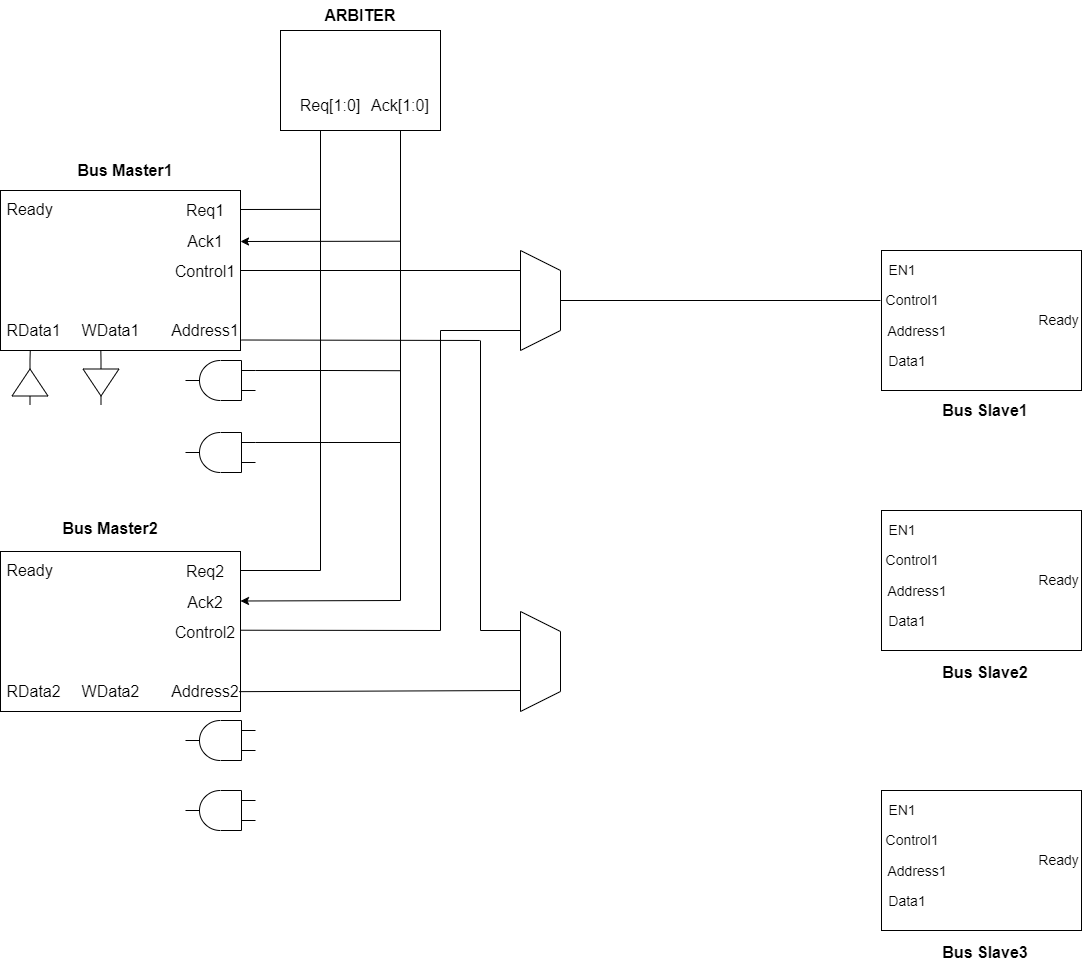
zgjsxx/static-img-repo keeps this draw.io diagram as blog/computer-base/Fundamentals-of-Computer-Architecture-and-Design/4/bidirectional-bus-structure-with-two-bus-masters-and-three-slaves.png. Above is the earlier version. Source tidied: cells renumbered, new cells last; positions are measured from the earlier drawing's top-left corner, leaving out a move shared by most shapes.
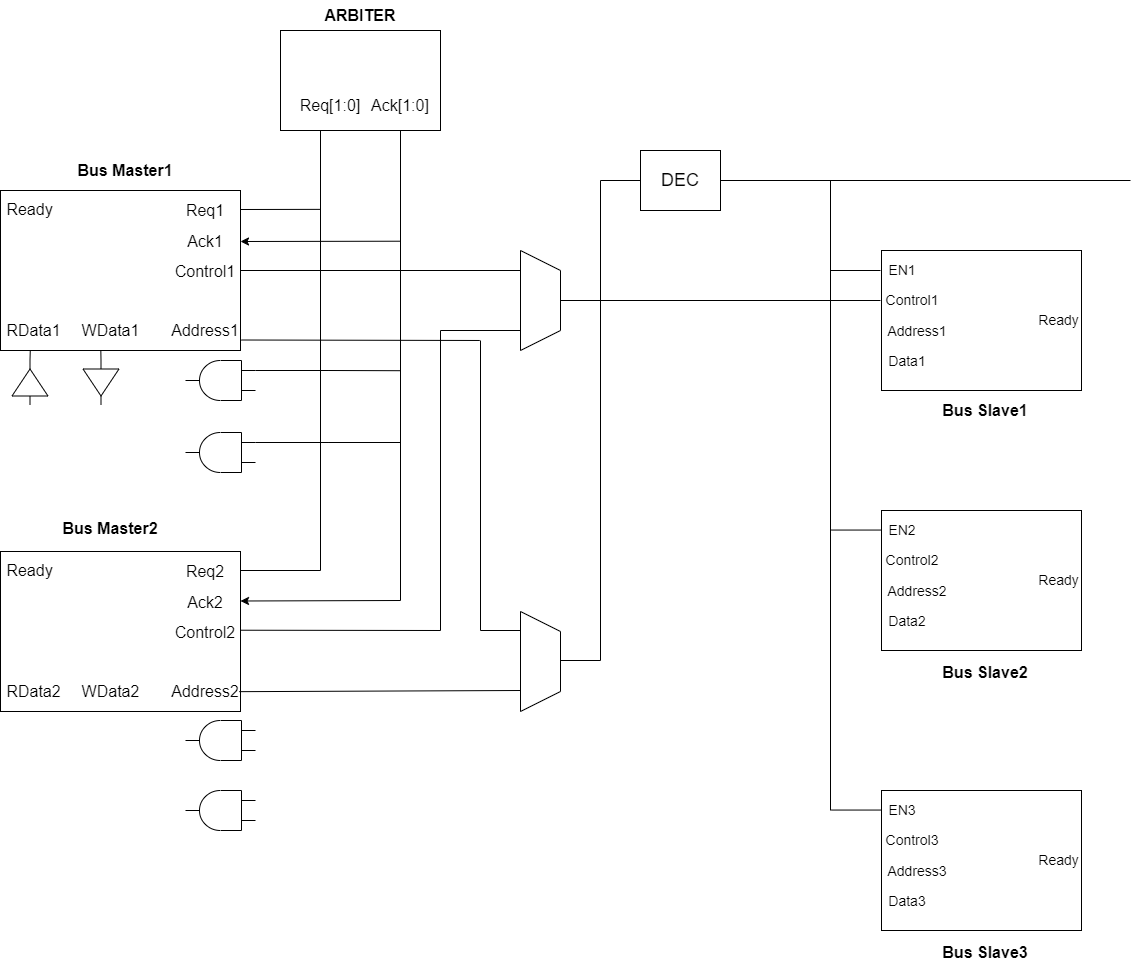
After the commit.

Diff of the diagram source:
```diff
@@ -266,16 +266,16 @@
     <mxCell id="66" style="rounded=0;whiteSpace=wrap;html=1;" parent="1" vertex="1">
       <mxGeometry x="881" y="510" width="200" height="140" as="geometry" />
     </mxCell>
-    <mxCell id="67" value="&lt;font style=&quot;font-size: 14px;&quot;&gt;EN1&lt;/font&gt;" style="text;strokeColor=none;align=center;fillColor=none;html=1;verticalAlign=middle;whiteSpace=wrap;rounded=0;" parent="1" vertex="1">
+    <mxCell id="67" value="&lt;font style=&quot;font-size: 14px;&quot;&gt;EN2&lt;/font&gt;" style="text;strokeColor=none;align=center;fillColor=none;html=1;verticalAlign=middle;whiteSpace=wrap;rounded=0;" parent="1" vertex="1">
       <mxGeometry x="887" y="520" width="30" height="20" as="geometry" />
     </mxCell>
-    <mxCell id="68" value="&lt;font style=&quot;font-size: 14px;&quot;&gt;Address1&lt;/font&gt;" style="text;strokeColor=none;align=center;fillColor=none;html=1;verticalAlign=middle;whiteSpace=wrap;rounded=0;" parent="1" vertex="1">
+    <mxCell id="68" value="&lt;font style=&quot;font-size: 14px;&quot;&gt;Address2&lt;/font&gt;" style="text;strokeColor=none;align=center;fillColor=none;html=1;verticalAlign=middle;whiteSpace=wrap;rounded=0;" parent="1" vertex="1">
       <mxGeometry x="887" y="576" width="60" height="30" as="geometry" />
     </mxCell>
-    <mxCell id="69" value="&lt;font style=&quot;font-size: 14px;&quot;&gt;Control1&lt;/font&gt;" style="text;strokeColor=none;align=center;fillColor=none;html=1;verticalAlign=middle;whiteSpace=wrap;rounded=0;" parent="1" vertex="1">
+    <mxCell id="69" value="&lt;font style=&quot;font-size: 14px;&quot;&gt;Control2&lt;/font&gt;" style="text;strokeColor=none;align=center;fillColor=none;html=1;verticalAlign=middle;whiteSpace=wrap;rounded=0;" parent="1" vertex="1">
       <mxGeometry x="891" y="545" width="42" height="30" as="geometry" />
     </mxCell>
-    <mxCell id="70" value="&lt;font style=&quot;font-size: 14px;&quot;&gt;Data1&lt;/font&gt;" style="text;strokeColor=none;align=center;fillColor=none;html=1;verticalAlign=middle;whiteSpace=wrap;rounded=0;" parent="1" vertex="1">
+    <mxCell id="70" value="&lt;font style=&quot;font-size: 14px;&quot;&gt;Data2&lt;/font&gt;" style="text;strokeColor=none;align=center;fillColor=none;html=1;verticalAlign=middle;whiteSpace=wrap;rounded=0;" parent="1" vertex="1">
       <mxGeometry x="889" y="606" width="36" height="30" as="geometry" />
     </mxCell>
     <mxCell id="71" value="&lt;font style=&quot;font-size: 14px;&quot;&gt;Ready&lt;/font&gt;" style="text;strokeColor=none;align=center;fillColor=none;html=1;verticalAlign=middle;whiteSpace=wrap;rounded=0;" parent="1" vertex="1">
@@ -287,16 +287,16 @@
     <mxCell id="73" style="rounded=0;whiteSpace=wrap;html=1;" parent="1" vertex="1">
       <mxGeometry x="881" y="790" width="200" height="140" as="geometry" />
     </mxCell>
-    <mxCell id="74" value="&lt;font style=&quot;font-size: 14px;&quot;&gt;EN1&lt;/font&gt;" style="text;strokeColor=none;align=center;fillColor=none;html=1;verticalAlign=middle;whiteSpace=wrap;rounded=0;" parent="1" vertex="1">
+    <mxCell id="74" value="&lt;font style=&quot;font-size: 14px;&quot;&gt;EN3&lt;/font&gt;" style="text;strokeColor=none;align=center;fillColor=none;html=1;verticalAlign=middle;whiteSpace=wrap;rounded=0;" parent="1" vertex="1">
       <mxGeometry x="887" y="800" width="30" height="20" as="geometry" />
     </mxCell>
-    <mxCell id="75" value="&lt;font style=&quot;font-size: 14px;&quot;&gt;Address1&lt;/font&gt;" style="text;strokeColor=none;align=center;fillColor=none;html=1;verticalAlign=middle;whiteSpace=wrap;rounded=0;" parent="1" vertex="1">
+    <mxCell id="75" value="&lt;font style=&quot;font-size: 14px;&quot;&gt;Address3&lt;/font&gt;" style="text;strokeColor=none;align=center;fillColor=none;html=1;verticalAlign=middle;whiteSpace=wrap;rounded=0;" parent="1" vertex="1">
       <mxGeometry x="887" y="856" width="60" height="30" as="geometry" />
     </mxCell>
-    <mxCell id="76" value="&lt;font style=&quot;font-size: 14px;&quot;&gt;Control1&lt;/font&gt;" style="text;strokeColor=none;align=center;fillColor=none;html=1;verticalAlign=middle;whiteSpace=wrap;rounded=0;" parent="1" vertex="1">
+    <mxCell id="76" value="&lt;font style=&quot;font-size: 14px;&quot;&gt;Control3&lt;/font&gt;" style="text;strokeColor=none;align=center;fillColor=none;html=1;verticalAlign=middle;whiteSpace=wrap;rounded=0;" parent="1" vertex="1">
       <mxGeometry x="891" y="825" width="42" height="30" as="geometry" />
     </mxCell>
-    <mxCell id="77" value="&lt;font style=&quot;font-size: 14px;&quot;&gt;Data1&lt;/font&gt;" style="text;strokeColor=none;align=center;fillColor=none;html=1;verticalAlign=middle;whiteSpace=wrap;rounded=0;" parent="1" vertex="1">
+    <mxCell id="77" value="&lt;font style=&quot;font-size: 14px;&quot;&gt;Data3&lt;/font&gt;" style="text;strokeColor=none;align=center;fillColor=none;html=1;verticalAlign=middle;whiteSpace=wrap;rounded=0;" parent="1" vertex="1">
       <mxGeometry x="889" y="886" width="36" height="30" as="geometry" />
     </mxCell>
     <mxCell id="78" value="&lt;font style=&quot;font-size: 14px;&quot;&gt;Ready&lt;/font&gt;" style="text;strokeColor=none;align=center;fillColor=none;html=1;verticalAlign=middle;whiteSpace=wrap;rounded=0;" parent="1" vertex="1">
@@ -305,5 +305,54 @@
     <mxCell id="79" value="&lt;font style=&quot;font-size: 16px;&quot;&gt;&lt;b&gt;Bus Slave3&lt;/b&gt;&lt;/font&gt;" style="text;strokeColor=none;align=center;fillColor=none;html=1;verticalAlign=middle;whiteSpace=wrap;rounded=0;" parent="1" vertex="1">
       <mxGeometry x="910" y="937" width="150" height="30" as="geometry" />
     </mxCell>
+    <mxCell id="80" value="&lt;font style=&quot;font-size: 18px;&quot;&gt;DEC&lt;/font&gt;" style="rounded=0;whiteSpace=wrap;html=1;" parent="1" vertex="1">
+      <mxGeometry x="640" y="150" width="80" height="60" as="geometry" />
+    </mxCell>
+    <mxCell id="81" style="endArrow=none;html=1;rounded=0;" parent="1" edge="1">
+      <mxGeometry relative="1" as="geometry">
+        <mxPoint x="560" y="660" as="sourcePoint" />
+        <mxPoint x="600" y="660" as="targetPoint" />
+      </mxGeometry>
+    </mxCell>
+    <mxCell id="82" style="endArrow=none;html=1;rounded=0;" parent="1" edge="1">
+      <mxGeometry relative="1" as="geometry">
+        <mxPoint x="600" y="660" as="sourcePoint" />
+        <mxPoint x="600" y="180" as="targetPoint" />
+      </mxGeometry>
+    </mxCell>
+    <mxCell id="83" style="endArrow=none;html=1;rounded=0;entryX=0;entryY=0.5;entryDx=0;entryDy=0;" parent="1" edge="1" target="80">
+      <mxGeometry relative="1" as="geometry">
+        <mxPoint x="600" y="180" as="sourcePoint" />
+      </mxGeometry>
+    </mxCell>
+    <mxCell id="84" style="endArrow=none;html=1;rounded=0;exitX=1;exitY=0.5;exitDx=0;exitDy=0;" parent="1" edge="1" source="80">
+      <mxGeometry relative="1" as="geometry">
+        <mxPoint x="1130" y="180" as="targetPoint" />
+      </mxGeometry>
+    </mxCell>
+    <mxCell id="85" style="endArrow=none;html=1;rounded=0;" parent="1" edge="1">
+      <mxGeometry relative="1" as="geometry">
+        <mxPoint x="830" y="810" as="sourcePoint" />
+        <mxPoint x="830" y="180" as="targetPoint" />
+      </mxGeometry>
+    </mxCell>
+    <mxCell id="86" style="endArrow=none;html=1;rounded=0;" parent="1" edge="1">
+      <mxGeometry relative="1" as="geometry">
+        <mxPoint x="830" y="270" as="sourcePoint" />
+        <mxPoint x="880" y="270" as="targetPoint" />
+      </mxGeometry>
+    </mxCell>
+    <mxCell id="87" style="endArrow=none;html=1;rounded=0;" parent="1" edge="1">
+      <mxGeometry relative="1" as="geometry">
+        <mxPoint x="831" y="529.5" as="sourcePoint" />
+        <mxPoint x="881" y="529.5" as="targetPoint" />
+      </mxGeometry>
+    </mxCell>
+    <mxCell id="88" style="endArrow=none;html=1;rounded=0;" parent="1" edge="1">
+      <mxGeometry relative="1" as="geometry">
+        <mxPoint x="831" y="809.5" as="sourcePoint" />
+        <mxPoint x="881" y="809.5" as="targetPoint" />
+      </mxGeometry>
+    </mxCell>
   </root>
 </mxGraphModel>
```
